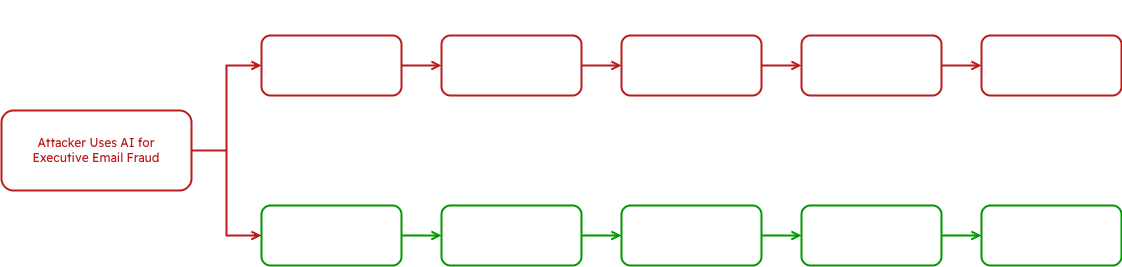
The draw.io diagram assets/graphs/graph-targeted-ai-enhanced-phishing-attack.png in khalavak/sublime-webpage, before a commit. Source tidied: cells renumbered, new cells last; positions are measured from the earlier drawing's top-left corner, leaving out a move shared by most shapes.
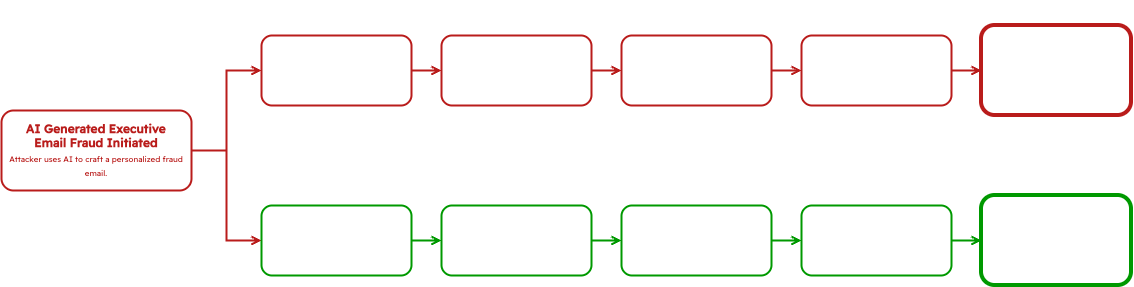
Later version of the same file.

Change to the diagram source:
```diff
@@ -8,62 +8,62 @@
     <mxCell id="3" style="edgeStyle=orthogonalEdgeStyle;rounded=0;jettySize=auto;html=1;entryX=0;entryY=0.5;entryDx=0;entryDy=0;strokeColor=light-dark(#B91C1B,#B91C1B);endArrow=open;endFill=0;strokeWidth=2;" parent="1" edge="1" source="4" target="6">
       <mxGeometry relative="1" as="geometry" />
     </mxCell>
-    <mxCell id="4" value="Attacker Uses AI for &lt;br&gt;Executive Email Fraud" style="rounded=1;whiteSpace=wrap;html=1;strokeColor=light-dark(#000000,#B91C1B);fontColor=light-dark(#000000,#B91C1B);fillColor=none;strokeWidth=2;perimeterSpacing=0;fontFamily=Readex Pro;fontSource=https%3A%2F%2Ffonts.googleapis.com%2Fcss%3Ffamily%3DReadex%2BPro;" parent="1" vertex="1">
+    <mxCell id="4" value="&lt;b&gt;AI Generated Executive &lt;br&gt;Email Fraud Initiated&lt;br&gt;&lt;/b&gt;&lt;font style=&quot;font-size: 8px;&quot;&gt;Attacker uses AI to craft a personalized fraud email.&lt;/font&gt;&lt;b&gt;&lt;/b&gt;" style="rounded=1;whiteSpace=wrap;html=1;strokeColor=light-dark(#000000,#B91C1B);fontColor=light-dark(#000000,#B91C1B);fillColor=none;strokeWidth=2;perimeterSpacing=0;fontFamily=Readex Pro;fontSource=https%3A%2F%2Ffonts.googleapis.com%2Fcss%3Ffamily%3DReadex%2BPro;" parent="1" vertex="1">
       <mxGeometry y="110" width="190" height="80" as="geometry" />
     </mxCell>
     <mxCell id="5" style="edgeStyle=orthogonalEdgeStyle;rounded=0;jettySize=auto;html=1;entryX=0;entryY=0.5;entryDx=0;entryDy=0;strokeColor=light-dark(#000000,#009900);endArrow=open;endFill=0;strokeWidth=2;" parent="1" edge="1" source="6" target="17">
       <mxGeometry relative="1" as="geometry" />
     </mxCell>
-    <mxCell id="6" value="Real-time behavioral &lt;br&gt;and language analysis" style="rounded=1;whiteSpace=wrap;html=1;strokeColor=light-dark(#000000,#009900);fillColor=none;strokeWidth=2;fontFamily=Readex Pro;fontSource=https%3A%2F%2Ffonts.googleapis.com%2Fcss%3Ffamily%3DReadex%2BPro;" parent="1" vertex="1">
-      <mxGeometry x="260" y="205" width="140" height="60" as="geometry" />
+    <mxCell id="6" value="Email Analysed by Managed Email Service" style="rounded=1;whiteSpace=wrap;html=1;strokeColor=light-dark(#000000,#009900);fillColor=none;strokeWidth=2;fontFamily=Readex Pro;fontSource=https%3A%2F%2Ffonts.googleapis.com%2Fcss%3Ffamily%3DReadex%2BPro;" parent="1" vertex="1">
+      <mxGeometry x="260" y="205" width="150" height="70" as="geometry" />
     </mxCell>
     <mxCell id="7" style="edgeStyle=orthogonalEdgeStyle;rounded=0;jettySize=auto;html=1;entryX=0;entryY=0.5;entryDx=0;entryDy=0;strokeColor=light-dark(#B91C1B,#B91C1B);endArrow=open;endFill=0;strokeWidth=2;" parent="1" edge="1" source="8" target="10">
       <mxGeometry relative="1" as="geometry" />
     </mxCell>
     <mxCell id="8" value="Standard filters allow email through" style="rounded=1;whiteSpace=wrap;html=1;strokeColor=light-dark(#000000,#B91C1B);fillColor=none;fontColor=light-dark(#000000,#FFFFFF);strokeWidth=2;fontFamily=Readex Pro;fontSource=https%3A%2F%2Ffonts.googleapis.com%2Fcss%3Ffamily%3DReadex%2BPro;" parent="1" vertex="1">
-      <mxGeometry x="260" y="35" width="140" height="60" as="geometry" />
+      <mxGeometry x="260" y="35" width="150" height="70" as="geometry" />
     </mxCell>
     <mxCell id="9" style="edgeStyle=orthogonalEdgeStyle;rounded=0;jettySize=auto;html=1;strokeColor=light-dark(#B91C1B,#B91C1B);endArrow=open;endFill=0;strokeWidth=2;" parent="1" edge="1" source="10" target="12">
       <mxGeometry relative="1" as="geometry" />
     </mxCell>
-    <mxCell id="10" value="User receives &lt;br&gt;fraudulent request" style="rounded=1;whiteSpace=wrap;html=1;strokeColor=light-dark(#000000,#B91C1B);fillColor=none;fontColor=light-dark(#000000,#FFFFFF);strokeWidth=2;fontFamily=Readex Pro;fontSource=https%3A%2F%2Ffonts.googleapis.com%2Fcss%3Ffamily%3DReadex%2BPro;" parent="1" vertex="1">
-      <mxGeometry x="440" y="35" width="140" height="60" as="geometry" />
+    <mxCell id="10" value="User Receives &lt;br&gt;Fraudulent Email" style="rounded=1;whiteSpace=wrap;html=1;strokeColor=light-dark(#000000,#B91C1B);fillColor=none;fontColor=light-dark(#000000,#FFFFFF);strokeWidth=2;fontFamily=Readex Pro;fontSource=https%3A%2F%2Ffonts.googleapis.com%2Fcss%3Ffamily%3DReadex%2BPro;" parent="1" vertex="1">
+      <mxGeometry x="440" y="35" width="150" height="70" as="geometry" />
     </mxCell>
     <mxCell id="11" style="edgeStyle=orthogonalEdgeStyle;rounded=0;jettySize=auto;html=1;exitX=1;exitY=0.5;exitDx=0;exitDy=0;entryX=0;entryY=0.5;entryDx=0;entryDy=0;strokeColor=light-dark(#B91C1B,#B91C1B);endArrow=open;endFill=0;strokeWidth=2;" parent="1" edge="1" source="12" target="14">
       <mxGeometry relative="1" as="geometry" />
     </mxCell>
-    <mxCell id="12" value="User complies&lt;br&gt;→&amp;nbsp;breach occurs" style="rounded=1;whiteSpace=wrap;html=1;strokeColor=light-dark(#000000,#B91C1B);fillColor=none;fontColor=light-dark(#000000,#FFFFFF);strokeWidth=2;fontFamily=Readex Pro;fontSource=https%3A%2F%2Ffonts.googleapis.com%2Fcss%3Ffamily%3DReadex%2BPro;" parent="1" vertex="1">
-      <mxGeometry x="620" y="35" width="140" height="60" as="geometry" />
+    <mxCell id="12" value="&lt;span&gt;Victim Complies: &lt;br&gt;Breach Occurs&lt;/span&gt;" style="rounded=1;whiteSpace=wrap;html=1;strokeColor=light-dark(#000000,#B91C1B);fillColor=none;fontColor=light-dark(#000000,#FFFFFF);strokeWidth=2;fontFamily=Readex Pro;fontSource=https%3A%2F%2Ffonts.googleapis.com%2Fcss%3Ffamily%3DReadex%2BPro;" parent="1" vertex="1">
+      <mxGeometry x="620" y="35" width="150" height="70" as="geometry" />
     </mxCell>
     <mxCell id="13" style="edgeStyle=orthogonalEdgeStyle;rounded=0;jettySize=auto;html=1;entryX=0;entryY=0.5;entryDx=0;entryDy=0;strokeColor=light-dark(#B91C1B,#B91C1B);endArrow=open;endFill=0;strokeWidth=2;" parent="1" edge="1" source="14" target="15">
       <mxGeometry relative="1" as="geometry" />
     </mxCell>
-    <mxCell id="14" value="SOC reacts post-compromise" style="rounded=1;whiteSpace=wrap;html=1;strokeColor=light-dark(#000000,#B91C1B);fillColor=none;fontColor=light-dark(#000000,#FFFFFF);strokeWidth=2;fontFamily=Readex Pro;fontSource=https%3A%2F%2Ffonts.googleapis.com%2Fcss%3Ffamily%3DReadex%2BPro;" parent="1" vertex="1">
-      <mxGeometry x="800" y="35" width="140" height="60" as="geometry" />
+    <mxCell id="14" value="IT / SOC reacts post-compromise" style="rounded=1;whiteSpace=wrap;html=1;strokeColor=light-dark(#000000,#B91C1B);fillColor=none;fontColor=light-dark(#000000,#FFFFFF);strokeWidth=2;fontFamily=Readex Pro;fontSource=https%3A%2F%2Ffonts.googleapis.com%2Fcss%3Ffamily%3DReadex%2BPro;" parent="1" vertex="1">
+      <mxGeometry x="800" y="35" width="150" height="70" as="geometry" />
     </mxCell>
-    <mxCell id="15" value="Business impact&lt;br&gt;and escalation" style="rounded=1;whiteSpace=wrap;html=1;strokeColor=light-dark(#000000,#B91C1B);fillColor=none;fontColor=light-dark(#000000,#FFFFFF);strokeWidth=2;fontFamily=Readex Pro;fontSource=https%3A%2F%2Ffonts.googleapis.com%2Fcss%3Ffamily%3DReadex%2BPro;" parent="1" vertex="1">
-      <mxGeometry x="980" y="35" width="140" height="60" as="geometry" />
+    <mxCell id="15" value="&lt;b&gt;Operational and Financial Impact Realized&lt;/b&gt;" style="rounded=1;whiteSpace=wrap;html=1;strokeColor=light-dark(#000000,#B91C1B);fillColor=none;fontColor=light-dark(#000000,#FFFFFF);strokeWidth=4;fontFamily=Readex Pro;fontSource=https%3A%2F%2Ffonts.googleapis.com%2Fcss%3Ffamily%3DReadex%2BPro;fontStyle=1;" parent="1" vertex="1">
+      <mxGeometry x="980" y="25" width="150" height="90" as="geometry" />
     </mxCell>
     <mxCell id="16" style="edgeStyle=orthogonalEdgeStyle;rounded=0;jettySize=auto;html=1;entryX=0;entryY=0.5;entryDx=0;entryDy=0;strokeColor=light-dark(#000000,#009900);endArrow=open;endFill=0;strokeWidth=2;" parent="1" edge="1" source="17" target="19">
       <mxGeometry relative="1" as="geometry" />
     </mxCell>
-    <mxCell id="17" value="Anomalies detected across multiple signals" style="rounded=1;whiteSpace=wrap;html=1;strokeColor=light-dark(#000000,#009900);fillColor=none;strokeWidth=2;fontFamily=Readex Pro;fontSource=https%3A%2F%2Ffonts.googleapis.com%2Fcss%3Ffamily%3DReadex%2BPro;" parent="1" vertex="1">
-      <mxGeometry x="440" y="205" width="140" height="60" as="geometry" />
+    <mxCell id="17" value="Real-Time Behavioral &amp;amp; Language Analysis" style="rounded=1;whiteSpace=wrap;html=1;strokeColor=light-dark(#000000,#009900);fillColor=none;strokeWidth=2;fontFamily=Readex Pro;fontSource=https%3A%2F%2Ffonts.googleapis.com%2Fcss%3Ffamily%3DReadex%2BPro;" parent="1" vertex="1">
+      <mxGeometry x="440" y="205" width="150" height="70" as="geometry" />
     </mxCell>
     <mxCell id="18" style="edgeStyle=orthogonalEdgeStyle;rounded=0;jettySize=auto;html=1;entryX=0;entryY=0.5;entryDx=0;entryDy=0;strokeColor=light-dark(#000000,#009900);endArrow=open;endFill=0;strokeWidth=2;" parent="1" edge="1" source="19" target="21">
       <mxGeometry relative="1" as="geometry" />
     </mxCell>
-    <mxCell id="19" value="AI validates threat instantly" style="rounded=1;whiteSpace=wrap;html=1;strokeColor=light-dark(#000000,#009900);fillColor=none;strokeWidth=2;fontFamily=Readex Pro;fontSource=https%3A%2F%2Ffonts.googleapis.com%2Fcss%3Ffamily%3DReadex%2BPro;" parent="1" vertex="1">
-      <mxGeometry x="620" y="205" width="140" height="60" as="geometry" />
+    <mxCell id="19" value="Multi-Signal Anomalies Detected &amp;amp; Flagged" style="rounded=1;whiteSpace=wrap;html=1;strokeColor=light-dark(#000000,#009900);fillColor=none;strokeWidth=2;fontFamily=Readex Pro;fontSource=https%3A%2F%2Ffonts.googleapis.com%2Fcss%3Ffamily%3DReadex%2BPro;" parent="1" vertex="1">
+      <mxGeometry x="620" y="205" width="150" height="70" as="geometry" />
     </mxCell>
     <mxCell id="20" style="edgeStyle=orthogonalEdgeStyle;rounded=0;jettySize=auto;html=1;exitX=1;exitY=0.5;exitDx=0;exitDy=0;strokeColor=light-dark(#000000,#009900);endArrow=open;endFill=0;strokeWidth=2;" parent="1" edge="1" source="21" target="22">
       <mxGeometry relative="1" as="geometry" />
     </mxCell>
-    <mxCell id="21" value="Message removed&lt;br&gt;pre-delivery" style="rounded=1;whiteSpace=wrap;html=1;strokeColor=light-dark(#000000,#009900);fillColor=none;strokeWidth=2;fontFamily=Readex Pro;fontSource=https%3A%2F%2Ffonts.googleapis.com%2Fcss%3Ffamily%3DReadex%2BPro;" parent="1" vertex="1">
-      <mxGeometry x="800" y="205" width="140" height="60" as="geometry" />
+    <mxCell id="21" value="Message Removed &lt;br&gt;Pre-Delivery" style="rounded=1;whiteSpace=wrap;html=1;strokeColor=light-dark(#000000,#009900);fillColor=none;strokeWidth=2;fontFamily=Readex Pro;fontSource=https%3A%2F%2Ffonts.googleapis.com%2Fcss%3Ffamily%3DReadex%2BPro;" parent="1" vertex="1">
+      <mxGeometry x="800" y="205" width="150" height="70" as="geometry" />
     </mxCell>
-    <mxCell id="22" value="Attack stopped without user interaction" style="rounded=1;whiteSpace=wrap;html=1;strokeColor=light-dark(#000000,#009900);fillColor=none;strokeWidth=2;fontFamily=Readex Pro;fontSource=https%3A%2F%2Ffonts.googleapis.com%2Fcss%3Ffamily%3DReadex%2BPro;" parent="1" vertex="1">
-      <mxGeometry x="980" y="205" width="140" height="60" as="geometry" />
+    <mxCell id="22" value="Attack stopped without user interaction" style="rounded=1;whiteSpace=wrap;html=1;strokeColor=light-dark(#000000,#009900);fillColor=none;strokeWidth=4;fontFamily=Readex Pro;fontSource=https%3A%2F%2Ffonts.googleapis.com%2Fcss%3Ffamily%3DReadex%2BPro;fontStyle=1;" parent="1" vertex="1">
+      <mxGeometry x="980" y="195" width="150" height="90" as="geometry" />
     </mxCell>
     <mxCell id="23" value="&lt;b&gt;Managed Email Protection (Attack Prevented)&lt;/b&gt;" style="text;html=1;whiteSpace=wrap;strokeColor=none;fillColor=none;align=left;verticalAlign=middle;rounded=0;fontFamily=Readex Pro;fontSource=https%3A%2F%2Ffonts.googleapis.com%2Fcss%3Ffamily%3DReadex%2BPro;" parent="1" vertex="1">
       <mxGeometry x="260" y="170" width="300" height="30" as="geometry" />
```
